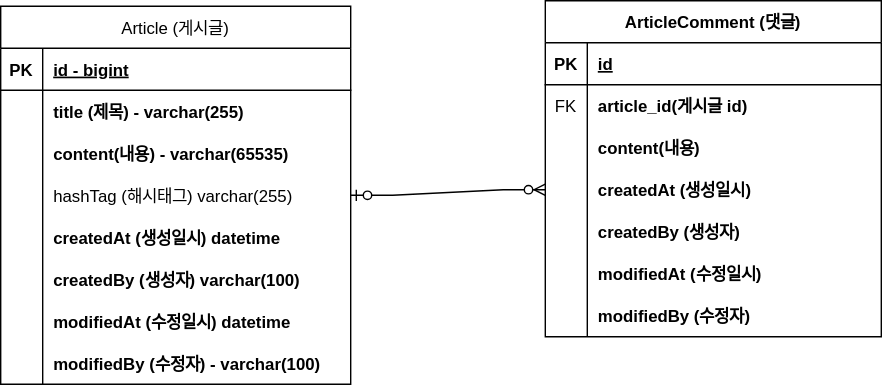
Earlier version of the draw.io export document/project-board-erd.svg (jungeulyoung/project-board). Source tidied: cells renumbered, new cells last; positions are measured from the earlier drawing's top-left corner, leaving out a move shared by most shapes.
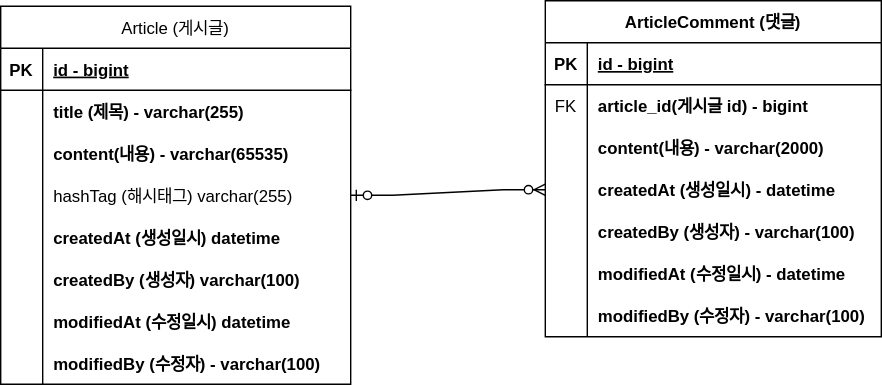
The same diagram one commit later.

Change to the diagram source:
```diff
@@ -86,7 +86,7 @@
     <mxCell id="29" value="PK" style="shape=partialRectangle;overflow=hidden;fillColor=none;top=0;left=0;bottom=0;right=0;fontStyle=1;" parent="28" vertex="1">
       <mxGeometry width="30" height="30" as="geometry" />
     </mxCell>
-    <mxCell id="30" value="id" style="shape=partialRectangle;overflow=hidden;fillColor=none;top=0;left=0;bottom=0;right=0;align=left;spacingLeft=6;fontStyle=5;" parent="28" vertex="1">
+    <mxCell id="30" value="id - bigint" style="shape=partialRectangle;overflow=hidden;fillColor=none;top=0;left=0;bottom=0;right=0;align=left;spacingLeft=6;fontStyle=5;" parent="28" vertex="1">
       <mxGeometry x="30" width="210" height="30" as="geometry" />
     </mxCell>
     <mxCell id="31" style="shape=partialRectangle;fillColor=none;top=0;left=0;right=0;bottom=0;" parent="27" vertex="1">
@@ -95,7 +95,7 @@
     <mxCell id="32" value="FK" style="shape=partialRectangle;overflow=hidden;fillColor=none;top=0;left=0;bottom=0;right=0;" parent="31" vertex="1">
       <mxGeometry width="30" height="30" as="geometry" />
     </mxCell>
-    <mxCell id="33" value="article_id(게시글 id)" style="shape=partialRectangle;overflow=hidden;fillColor=none;top=0;left=0;bottom=0;right=0;align=left;spacingLeft=6;fontStyle=1;" parent="31" vertex="1">
+    <mxCell id="33" value="article_id(게시글 id) - bigint" style="shape=partialRectangle;overflow=hidden;fillColor=none;top=0;left=0;bottom=0;right=0;align=left;spacingLeft=6;fontStyle=1;" parent="31" vertex="1">
       <mxGeometry x="30" width="210" height="30" as="geometry" />
     </mxCell>
     <mxCell id="34" style="shape=partialRectangle;fillColor=none;top=0;left=0;right=0;bottom=0;" parent="27" vertex="1">
@@ -104,7 +104,7 @@
     <mxCell id="35" style="shape=partialRectangle;overflow=hidden;fillColor=none;top=0;left=0;bottom=0;right=0;" parent="34" vertex="1">
       <mxGeometry width="30" height="30" as="geometry" />
     </mxCell>
-    <mxCell id="36" value="content(내용)" style="shape=partialRectangle;overflow=hidden;fillColor=none;top=0;left=0;bottom=0;right=0;align=left;spacingLeft=6;fontStyle=1;" parent="34" vertex="1">
+    <mxCell id="36" value="content(내용) - varchar(2000)" style="shape=partialRectangle;overflow=hidden;fillColor=none;top=0;left=0;bottom=0;right=0;align=left;spacingLeft=6;fontStyle=1;" parent="34" vertex="1">
       <mxGeometry x="30" width="210" height="30" as="geometry" />
     </mxCell>
     <mxCell id="37" style="shape=partialRectangle;fillColor=none;points=[[0,0.5],[1,0.5]];portConstraint=eastwest;top=0;left=0;right=0;bottom=0;" parent="27" vertex="1">
@@ -113,7 +113,7 @@
     <mxCell id="38" style="shape=partialRectangle;overflow=hidden;fillColor=none;top=0;left=0;bottom=0;right=0;" parent="37" vertex="1">
       <mxGeometry width="30" height="30" as="geometry" />
     </mxCell>
-    <mxCell id="39" value="createdAt (생성일시)" style="shape=partialRectangle;overflow=hidden;fillColor=none;top=0;left=0;bottom=0;right=0;align=left;spacingLeft=6;fontStyle=1;" parent="37" vertex="1">
+    <mxCell id="39" value="createdAt (생성일시) - datetime" style="shape=partialRectangle;overflow=hidden;fillColor=none;top=0;left=0;bottom=0;right=0;align=left;spacingLeft=6;fontStyle=1;" parent="37" vertex="1">
       <mxGeometry x="30" width="210" height="30" as="geometry" />
     </mxCell>
     <mxCell id="40" style="shape=partialRectangle;fillColor=none;top=0;left=0;right=0;bottom=0;" parent="27" vertex="1">
@@ -122,7 +122,7 @@
     <mxCell id="41" style="shape=partialRectangle;overflow=hidden;fillColor=none;top=0;left=0;bottom=0;right=0;" parent="40" vertex="1">
       <mxGeometry width="30" height="30" as="geometry" />
     </mxCell>
-    <mxCell id="42" value="createdBy (생성자)" style="shape=partialRectangle;overflow=hidden;fillColor=none;top=0;left=0;bottom=0;right=0;align=left;spacingLeft=6;fontStyle=1;" parent="40" vertex="1">
+    <mxCell id="42" value="createdBy (생성자) - varchar(100)" style="shape=partialRectangle;overflow=hidden;fillColor=none;top=0;left=0;bottom=0;right=0;align=left;spacingLeft=6;fontStyle=1;" parent="40" vertex="1">
       <mxGeometry x="30" width="210" height="30" as="geometry" />
     </mxCell>
     <mxCell id="43" style="shape=partialRectangle;fillColor=none;top=0;left=0;right=0;bottom=0;fontStyle=1;" parent="27" vertex="1">
@@ -131,7 +131,7 @@
     <mxCell id="44" style="shape=partialRectangle;overflow=hidden;fillColor=none;top=0;left=0;bottom=0;right=0;" parent="43" vertex="1">
       <mxGeometry width="30" height="30" as="geometry" />
     </mxCell>
-    <mxCell id="45" value="modifiedAt (수정일시)" style="shape=partialRectangle;overflow=hidden;fillColor=none;top=0;left=0;bottom=0;right=0;align=left;spacingLeft=6;fontStyle=1;" parent="43" vertex="1">
+    <mxCell id="45" value="modifiedAt (수정일시) - datetime" style="shape=partialRectangle;overflow=hidden;fillColor=none;top=0;left=0;bottom=0;right=0;align=left;spacingLeft=6;fontStyle=1;" parent="43" vertex="1">
       <mxGeometry x="30" width="210" height="30" as="geometry" />
     </mxCell>
     <mxCell id="46" style="shape=partialRectangle;fillColor=none;top=0;left=0;right=0;bottom=0;" parent="27" vertex="1">
@@ -140,7 +140,7 @@
     <mxCell id="47" style="shape=partialRectangle;overflow=hidden;fillColor=none;top=0;left=0;bottom=0;right=0;" parent="46" vertex="1">
       <mxGeometry width="30" height="30" as="geometry" />
     </mxCell>
-    <mxCell id="48" value="modifiedBy (수정자)" style="shape=partialRectangle;overflow=hidden;fillColor=none;top=0;left=0;bottom=0;right=0;align=left;spacingLeft=6;fontStyle=1;" parent="46" vertex="1">
+    <mxCell id="48" value="modifiedBy (수정자) - varchar(100)" style="shape=partialRectangle;overflow=hidden;fillColor=none;top=0;left=0;bottom=0;right=0;align=left;spacingLeft=6;fontStyle=1;" parent="46" vertex="1">
       <mxGeometry x="30" width="210" height="30" as="geometry" />
     </mxCell>
     <mxCell id="49" style="edgeStyle=entityRelationEdgeStyle;fontSize=12;html=1;endArrow=ERzeroToMany;startArrow=ERzeroToOne;rounded=0;exitX=1;exitY=0.5;exitDx=0;exitDy=0;entryX=0;entryY=0.5;entryDx=0;entryDy=0;" parent="1" edge="1" source="12" target="37">
```
